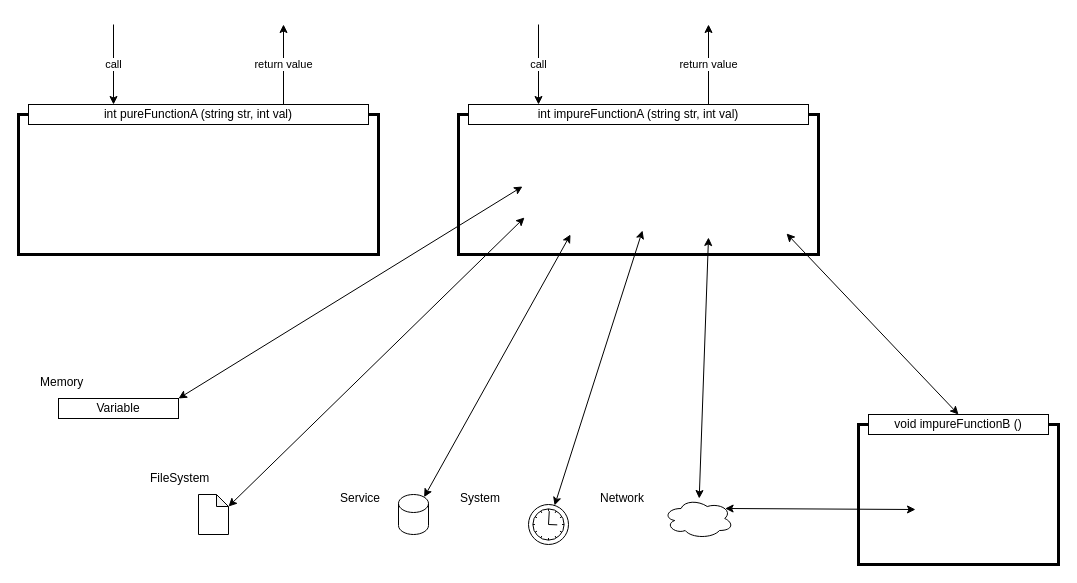
Earlier version of the draw.io diagram supports/source/impure function.drawio (witrellesp/323-Programmation_fonctionnelleFork). Source tidied: cells renumbered, new cells numbered last; positions are measured from the earlier drawing's top-left corner, leaving out a move shared by most shapes. Both pictures are drawn from the tidied source at 100%, with x=0, y=0 at pixel (18, 24).
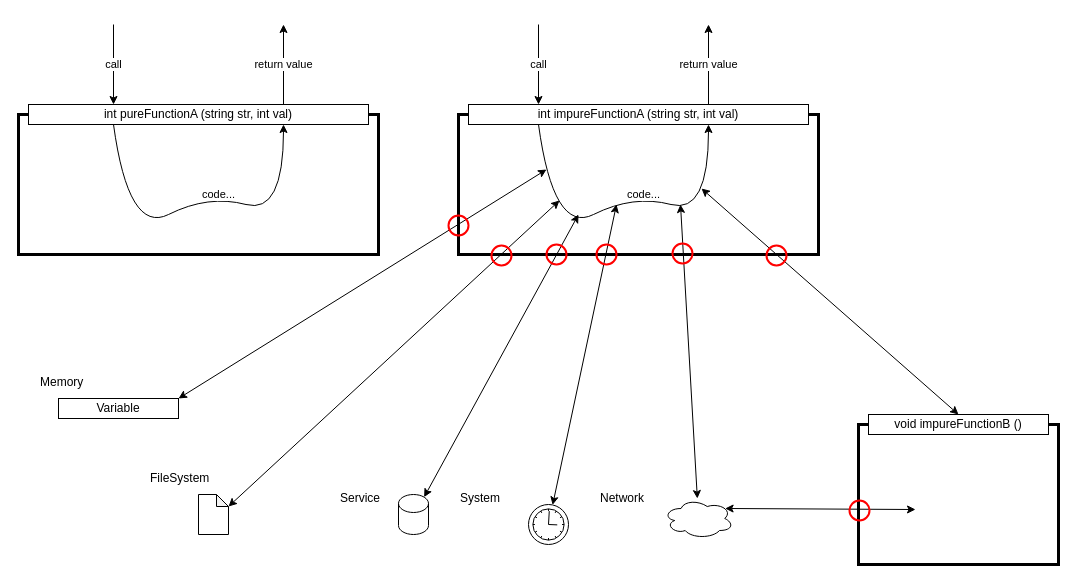
After the change.

Commit message (it also covers changes not shown here):
fix(support PIR): improve drawing

The change refers to these unchanged cells:
```xml
<mxCell id="7" value="int pureFunctionA (string str, int val)" style="rounded=0;whiteSpace=wrap;html=1;" parent="1" vertex="1">
  <mxGeometry x="10" y="80" width="340" height="20" as="geometry" />
</mxCell>
<mxCell id="11" value="void impureFunctionB ()" style="rounded=0;whiteSpace=wrap;html=1;" parent="1" vertex="1">
  <mxGeometry x="850" y="390" width="180" height="20" as="geometry" />
</mxCell>
<mxCell id="15" value="Variable" style="rounded=0;whiteSpace=wrap;html=1;" parent="1" vertex="1">
  <mxGeometry x="40" y="374" width="120" height="20" as="geometry" />
</mxCell>
<mxCell id="16" style="shape=note;whiteSpace=wrap;html=1;backgroundOutline=1;darkOpacity=0.05;size=12;" parent="1" vertex="1">
  <mxGeometry x="180" y="470" width="30" height="40" as="geometry" />
</mxCell>
<mxCell id="17" style="shape=cylinder3;whiteSpace=wrap;html=1;boundedLbl=1;backgroundOutline=1;size=9;" parent="1" vertex="1">
  <mxGeometry x="380" y="470" width="30" height="40" as="geometry" />
</mxCell>
<mxCell id="23" style="ellipse;shape=cloud;whiteSpace=wrap;html=1;" parent="1" vertex="1">
  <mxGeometry x="645" y="474" width="70" height="40" as="geometry" />
</mxCell>
<mxCell id="24" style="points=[[0.145,0.145,0],[0.5,0,0],[0.855,0.145,0],[1,0.5,0],[0.855,0.855,0],[0.5,1,0],[0.145,0.855,0],[0,0.5,0]];shape=mxgraph.bpmn.event;html=1;verticalLabelPosition=bottom;labelBackgroundColor=#ffffff;verticalAlign=top;align=center;perimeter=ellipsePerimeter;outlineConnect=0;outline=standard;symbol=timer;" parent="1" vertex="1">
  <mxGeometry x="510" y="480" width="40" height="40" as="geometry" />
</mxCell>
```

What changed in the source:
```diff
@@
     <mxCell id="18" style="endArrow=classic;html=1;rounded=0;startArrow=classic;startFill=1;entryX=1;entryY=0;entryDx=0;entryDy=0;" parent="1" edge="1" target="15">
       <mxGeometry relative="1" as="geometry">
-        <mxPoint x="504" y="162" as="sourcePoint" />
+        <mxPoint x="528" y="145" as="sourcePoint" />
       </mxGeometry>
     </mxCell>
     <mxCell id="19" style="endArrow=classic;html=1;rounded=0;startArrow=classic;startFill=1;entryX=0;entryY=0;entryDx=30;entryDy=12;entryPerimeter=0;" parent="1" edge="1" target="16">
       <mxGeometry relative="1" as="geometry">
-        <mxPoint x="506" y="193" as="sourcePoint" />
+        <mxPoint x="541" y="176" as="sourcePoint" />
       </mxGeometry>
     </mxCell>
     <mxCell id="20" style="endArrow=classic;html=1;rounded=0;startArrow=classic;startFill=1;entryX=0.855;entryY=0;entryDx=0;entryDy=2.61;entryPerimeter=0;" parent="1" edge="1" target="17">
       <mxGeometry relative="1" as="geometry">
-        <mxPoint x="552" y="210" as="sourcePoint" />
+        <mxPoint x="560" y="190" as="sourcePoint" />
       </mxGeometry>
     </mxCell>
     <mxCell id="21" style="endArrow=classic;html=1;rounded=0;startArrow=classic;startFill=1;" parent="1" edge="1" target="24">
       <mxGeometry relative="1" as="geometry">
-        <mxPoint x="624" y="206" as="sourcePoint" />
+        <mxPoint x="598" y="180" as="sourcePoint" />
       </mxGeometry>
     </mxCell>
     <mxCell id="22" style="endArrow=classic;html=1;rounded=0;startArrow=classic;startFill=1;" parent="1" edge="1" target="23">
       <mxGeometry relative="1" as="geometry">
-        <mxPoint x="690" y="213" as="sourcePoint" />
+        <mxPoint x="662" y="180" as="sourcePoint" />
       </mxGeometry>
     </mxCell>
@@
     <mxCell id="28" style="endArrow=classic;html=1;rounded=0;startArrow=classic;startFill=1;entryX=0.5;entryY=0;entryDx=0;entryDy=0;" parent="1" edge="1" target="11">
       <mxGeometry relative="1" as="geometry">
-        <mxPoint x="768" y="209" as="sourcePoint" />
+        <mxPoint x="683" y="164" as="sourcePoint" />
       </mxGeometry>
     </mxCell>
+    <mxCell id="29" value="code..." style="curved=1;endArrow=classic;html=1;rounded=0;entryX=0.75;entryY=1;entryDx=0;entryDy=0;exitX=0.25;exitY=1;exitDx=0;exitDy=0;" parent="1" edge="1" source="7" target="7">
+      <mxGeometry x="0.14" y="3" relative="1" as="geometry">
+        <Array as="points">
+          <mxPoint x="110" y="210" />
+          <mxPoint x="190" y="170" />
+          <mxPoint x="265" y="190" />
+        </Array>
+      </mxGeometry>
+    </mxCell>
+    <mxCell id="30" value="code..." style="curved=1;endArrow=classic;html=1;rounded=0;entryX=0.75;entryY=1;entryDx=0;entryDy=0;exitX=0.25;exitY=1;exitDx=0;exitDy=0;" parent="1" edge="1">
+      <mxGeometry x="0.14" y="3" relative="1" as="geometry">
+        <mxPoint x="520" y="100" as="sourcePoint" />
+        <mxPoint x="690" y="100" as="targetPoint" />
+        <Array as="points">
+          <mxPoint x="535" y="210" />
+          <mxPoint x="615" y="170" />
+          <mxPoint x="690" y="190" />
+        </Array>
+      </mxGeometry>
+    </mxCell>
+    <mxCell id="31" style="ellipse;whiteSpace=wrap;html=1;fillColor=none;strokeWidth=2;strokeColor=#FF0000;" parent="1" vertex="1">
+      <mxGeometry x="748" y="221" width="20" height="20" as="geometry" />
+    </mxCell>
+    <mxCell id="32" style="ellipse;whiteSpace=wrap;html=1;fillColor=none;strokeWidth=2;strokeColor=#FF0000;" parent="1" vertex="1">
+      <mxGeometry x="654" y="219" width="20" height="20" as="geometry" />
+    </mxCell>
+    <mxCell id="33" style="ellipse;whiteSpace=wrap;html=1;fillColor=none;strokeWidth=2;strokeColor=#FF0000;" parent="1" vertex="1">
+      <mxGeometry x="578" y="220" width="20" height="20" as="geometry" />
+    </mxCell>
+    <mxCell id="34" style="ellipse;whiteSpace=wrap;html=1;fillColor=none;strokeWidth=2;strokeColor=#FF0000;" parent="1" vertex="1">
+      <mxGeometry x="528" y="220" width="20" height="20" as="geometry" />
+    </mxCell>
+    <mxCell id="35" style="ellipse;whiteSpace=wrap;html=1;fillColor=none;strokeWidth=2;strokeColor=#FF0000;" parent="1" vertex="1">
+      <mxGeometry x="473" y="221" width="20" height="20" as="geometry" />
+    </mxCell>
+    <mxCell id="36" style="ellipse;whiteSpace=wrap;html=1;fillColor=none;strokeWidth=2;strokeColor=#FF0000;" parent="1" vertex="1">
+      <mxGeometry x="430" y="191" width="20" height="20" as="geometry" />
+    </mxCell>
+    <mxCell id="37" style="ellipse;whiteSpace=wrap;html=1;fillColor=none;strokeWidth=2;strokeColor=#FF0000;" parent="1" vertex="1">
+      <mxGeometry x="831" y="476" width="20" height="20" as="geometry" />
+    </mxCell>
```
